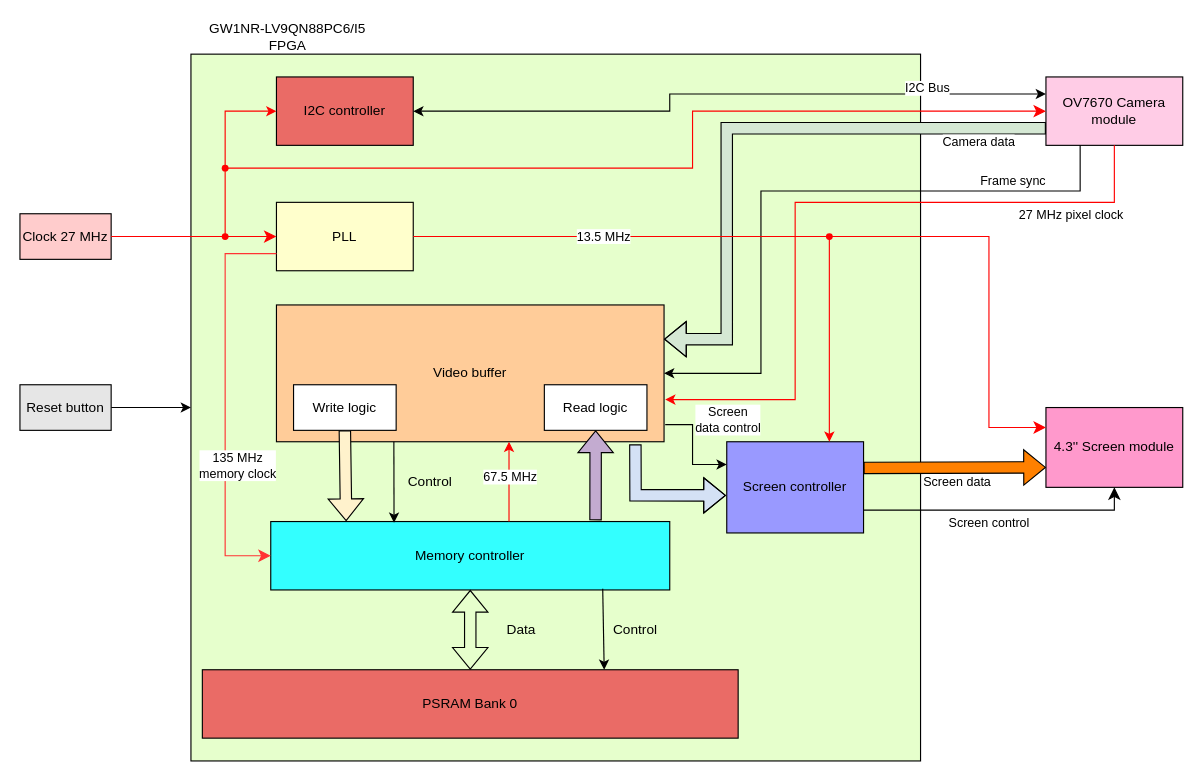
Before: doc/system_structure.drawio in phoenix367/tang_nano_9K_ov7670, a draw.io diagram. Source tidied: cells renumbered, new cells numbered last; positions are measured from the earlier drawing's top-left corner, leaving out a move shared by most shapes. Both pictures are drawn from the tidied source at 114%, with x=0, y=0 at pixel (19, 19).
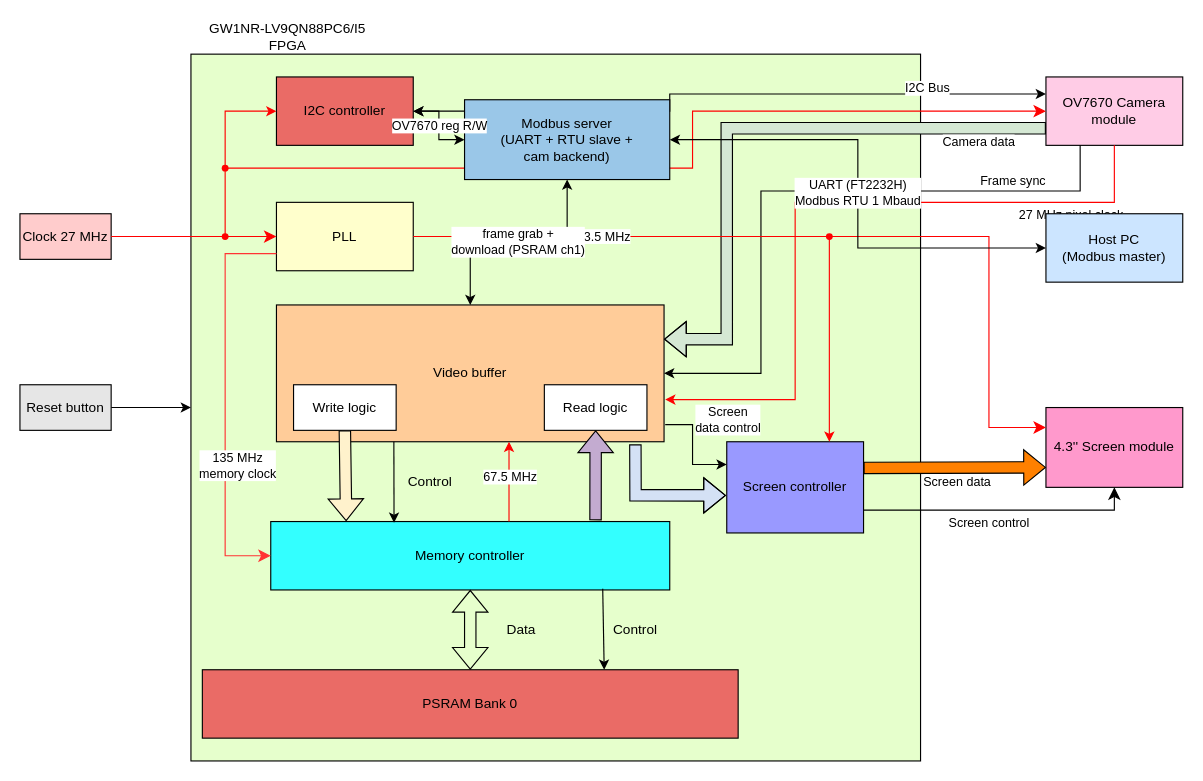
After the change.

Commit message:
Add the Modbus server to the system_structure diagram

New "Modbus server (UART + RTU slave + cam backend)" block inside the FPGA and a
"Host PC (Modbus master)" block outside, wired with three links: UART/Modbus RTU
1 Mbaud to the host (FT2232H), OV7670 register R/W to the I2C controller, and
frame grab + download (PSRAM ch1) to the video buffer.

The change refers to these unchanged cells:
```xml
<mxCell id="5" value="I2C controller" style="rounded=0;whiteSpace=wrap;html=1;fillColor=#EA6B66;" parent="1" vertex="1">
  <mxGeometry x="225" y="50" width="120" height="60" as="geometry" />
</mxCell>
<mxCell id="7" value="Video buffer" style="rounded=0;whiteSpace=wrap;html=1;fillColor=#FFCC99;" parent="1" vertex="1">
  <mxGeometry x="225" y="250" width="340" height="120" as="geometry" />
</mxCell>
```

The edit, as a diff of the source:
```diff
@@
+    <mxCell id="56" value="Modbus server&lt;br&gt;(UART + RTU slave +&lt;br&gt;cam backend)" style="rounded=0;whiteSpace=wrap;html=1;fillColor=#9AC7E8;" parent="1" vertex="1">
+      <mxGeometry x="390" y="70" width="180" height="70" as="geometry" />
+    </mxCell>
+    <mxCell id="57" value="Host PC&lt;br&gt;(Modbus master)" style="rounded=0;whiteSpace=wrap;html=1;fillColor=#CCE5FF;" parent="1" vertex="1">
+      <mxGeometry x="900" y="170" width="120" height="60" as="geometry" />
+    </mxCell>
+    <mxCell id="58" value="UART (FT2232H)&lt;br&gt;Modbus RTU 1 Mbaud" style="edgeStyle=orthogonalEdgeStyle;rounded=0;html=1;endArrow=classic;startArrow=classic;exitX=0;exitY=0.5;exitDx=0;exitDy=0;entryX=1;entryY=0.5;entryDx=0;entryDy=0;" parent="1" edge="1" source="57" target="56">
+      <mxGeometry relative="1" as="geometry" />
+    </mxCell>
+    <mxCell id="59" value="OV7670 reg R/W" style="edgeStyle=orthogonalEdgeStyle;rounded=0;html=1;endArrow=classic;startArrow=classic;exitX=0;exitY=0.5;exitDx=0;exitDy=0;entryX=1;entryY=0.5;entryDx=0;entryDy=0;" parent="1" edge="1" source="56" target="5">
+      <mxGeometry relative="1" as="geometry" />
+    </mxCell>
+    <mxCell id="60" value="frame grab +&lt;br&gt;download (PSRAM ch1)" style="edgeStyle=orthogonalEdgeStyle;rounded=0;html=1;endArrow=classic;startArrow=classic;exitX=0.5;exitY=1;exitDx=0;exitDy=0;entryX=0.5;entryY=0;entryDx=0;entryDy=0;" parent="1" edge="1" source="56" target="7">
+      <mxGeometry relative="1" as="geometry" />
+    </mxCell>
```
